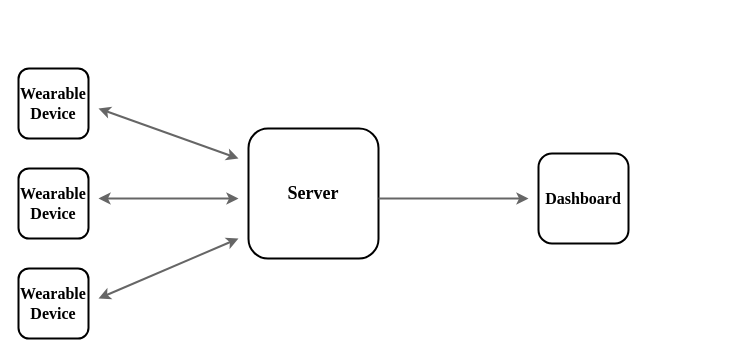
datdonguyen99/demoGit keeps this draw.io diagram as general-architect-thesis.drawio. Above is the earlier version. Source tidied: cells renumbered, new cells numbered last; positions are measured from the earlier drawing's top-left corner, leaving out a move shared by most shapes. Both pictures are drawn from the tidied source at 100%, with x=0, y=0 at pixel (18, 68).
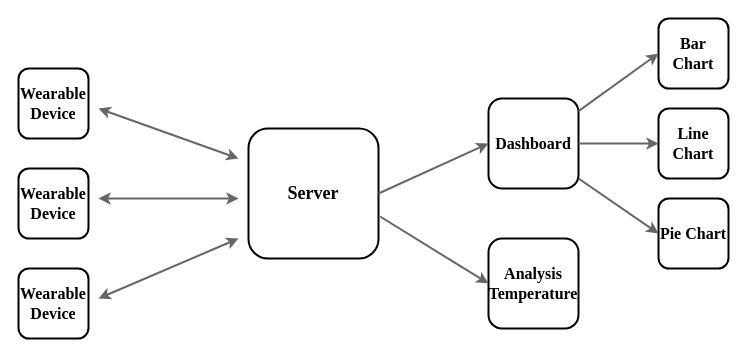
The same page after the edit.

Commit message:
Cập nhật general-architect-thesis.drawio

The change refers to these unchanged cells:
```xml
<mxCell id="5" value="&lt;b&gt;&lt;font style=&quot;font-size: 18px;&quot;&gt;Server&lt;/font&gt;&lt;/b&gt;" style="whiteSpace=wrap;html=1;rounded=1;strokeWidth=2;fontFamily=Times New Roman;fontSize=16;" parent="1" vertex="1">
  <mxGeometry x="230" y="60" width="130" height="130" as="geometry" />
</mxCell>
```

Diff of the diagram source:
```diff
@@
     <mxCell id="6" value="&lt;b&gt;Dashboard&lt;/b&gt;" style="whiteSpace=wrap;html=1;rounded=1;strokeWidth=2;fontFamily=Times New Roman;fontSize=16;" parent="1" vertex="1">
-      <mxGeometry x="520" y="85" width="90" height="90" as="geometry" />
+      <mxGeometry x="470" y="30" width="90" height="90" as="geometry" />
     </mxCell>
@@
-    <mxCell id="10" style="endArrow=classic;html=1;rounded=0;shadow=0;strokeColor=#666666;strokeWidth=2;fontFamily=Times New Roman;fontSize=18;exitX=1;exitY=0.538;exitDx=0;exitDy=0;exitPerimeter=0;" parent="1" edge="1" source="5">
-      <mxGeometry relative="1" as="geometry">
-        <mxPoint x="510" y="130" as="targetPoint" />
-      </mxGeometry>
+    <mxCell id="10" style="endArrow=classic;html=1;rounded=0;shadow=0;strokeColor=#666666;strokeWidth=2;fontFamily=Times New Roman;fontSize=18;exitX=1;exitY=0.5;exitDx=0;exitDy=0;entryX=0;entryY=0.5;entryDx=0;entryDy=0;" parent="1" edge="1" source="5" target="6">
+      <mxGeometry relative="1" as="geometry" />
     </mxCell>
+    <mxCell id="11" value="&lt;p&gt;&lt;b&gt;&lt;font face=&quot;Times New Roman&quot; style=&quot;font-size: 16px;&quot;&gt;Bar Chart&lt;/font&gt;&lt;/b&gt;&lt;/p&gt;" style="whiteSpace=wrap;html=1;rounded=1;align=center;strokeWidth=2;" parent="1" vertex="1">
+      <mxGeometry x="640" y="-50" width="70" height="70" as="geometry" />
+    </mxCell>
+    <mxCell id="12" value="&lt;p&gt;&lt;font face=&quot;Times New Roman&quot;&gt;&lt;span style=&quot;font-size: 16px;&quot;&gt;&lt;b&gt;Line Chart&lt;/b&gt;&lt;/span&gt;&lt;/font&gt;&lt;/p&gt;" style="whiteSpace=wrap;html=1;rounded=1;align=center;strokeWidth=2;" parent="1" vertex="1">
+      <mxGeometry x="640" y="40" width="70" height="70" as="geometry" />
+    </mxCell>
+    <mxCell id="13" value="&lt;p&gt;&lt;b&gt;&lt;font face=&quot;Times New Roman&quot; style=&quot;font-size: 16px;&quot;&gt;Pie Chart&lt;/font&gt;&lt;/b&gt;&lt;/p&gt;" style="whiteSpace=wrap;html=1;rounded=1;align=center;strokeWidth=2;" parent="1" vertex="1">
+      <mxGeometry x="640" y="130" width="70" height="70" as="geometry" />
+    </mxCell>
+    <mxCell id="14" style="endArrow=classic;html=1;rounded=0;shadow=0;strokeColor=#666666;strokeWidth=2;fontFamily=Times New Roman;fontSize=18;entryX=0;entryY=0.5;entryDx=0;entryDy=0;" parent="1" edge="1" source="6" target="11">
+      <mxGeometry relative="1" as="geometry" />
+    </mxCell>
+    <mxCell id="15" style="endArrow=classic;html=1;rounded=0;shadow=0;strokeColor=#666666;strokeWidth=2;fontFamily=Times New Roman;fontSize=18;exitX=1;exitY=0.5;exitDx=0;exitDy=0;entryX=0;entryY=0.5;entryDx=0;entryDy=0;" parent="1" edge="1" source="6" target="12">
+      <mxGeometry relative="1" as="geometry" />
+    </mxCell>
+    <mxCell id="16" style="endArrow=classic;html=1;rounded=0;shadow=0;strokeColor=#666666;strokeWidth=2;fontFamily=Times New Roman;fontSize=18;entryX=0;entryY=0.5;entryDx=0;entryDy=0;" parent="1" edge="1" target="13">
+      <mxGeometry relative="1" as="geometry">
+        <mxPoint x="560" y="110" as="sourcePoint" />
+      </mxGeometry>
+    </mxCell>
+    <mxCell id="17" value="&lt;b&gt;Analysis Temperature&lt;/b&gt;" style="whiteSpace=wrap;html=1;rounded=1;strokeWidth=2;fontFamily=Times New Roman;fontSize=16;" parent="1" vertex="1">
+      <mxGeometry x="470" y="170" width="90" height="90" as="geometry" />
+    </mxCell>
+    <mxCell id="18" style="endArrow=classic;html=1;rounded=0;shadow=0;strokeColor=#666666;strokeWidth=2;fontFamily=Times New Roman;fontSize=18;exitX=1.012;exitY=0.677;exitDx=0;exitDy=0;exitPerimeter=0;entryX=0;entryY=0.5;entryDx=0;entryDy=0;" parent="1" edge="1" source="5" target="17">
+      <mxGeometry relative="1" as="geometry" />
+    </mxCell>
```
